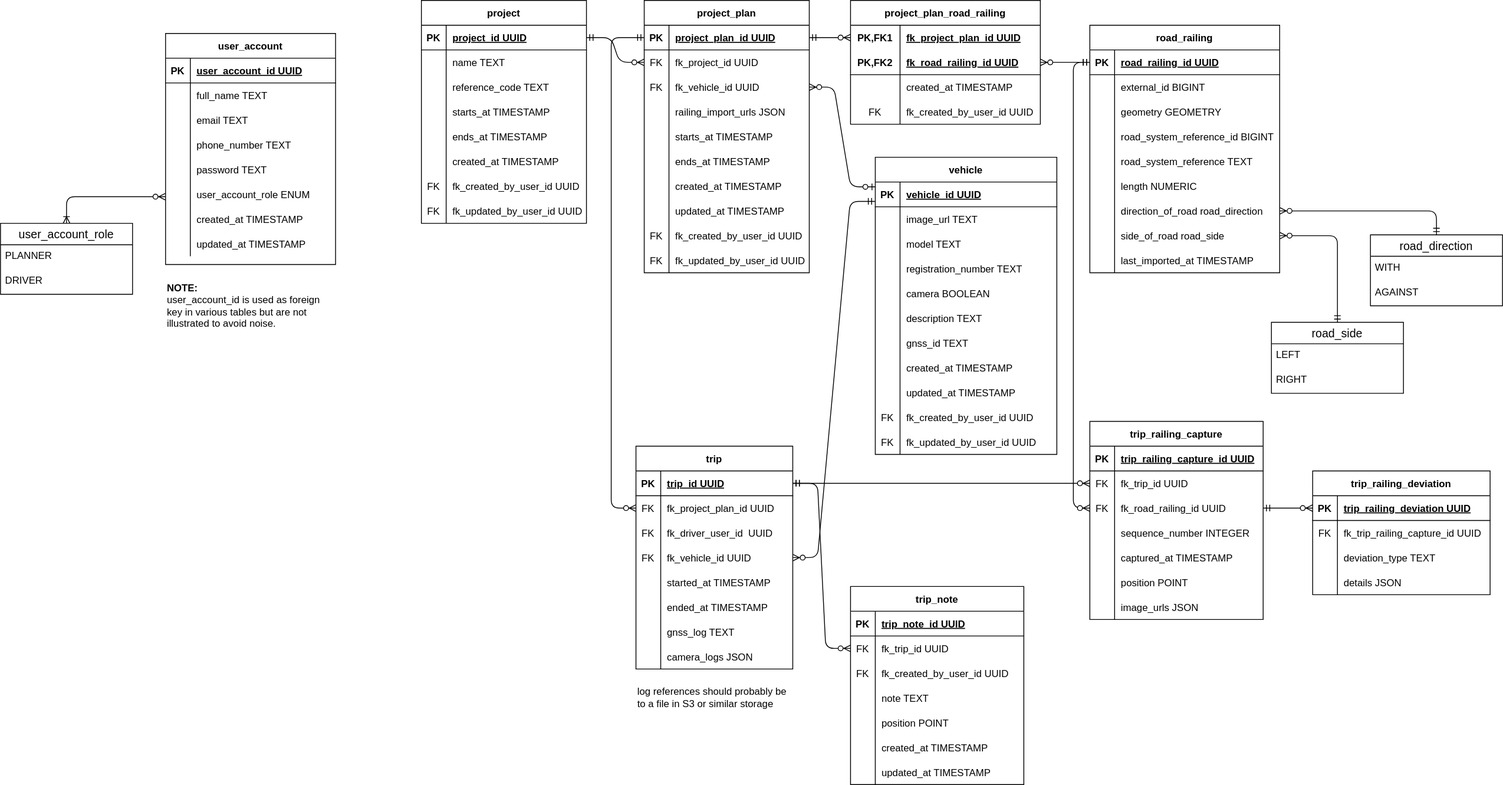
Earlier version of the draw.io export docs/diagrams/erdiagram.drawio.svg (triosnok/isi-planning-tool). Source tidied: cells renumbered, new cells last; positions are measured from the earlier drawing's top-left corner, leaving out a move shared by most shapes.
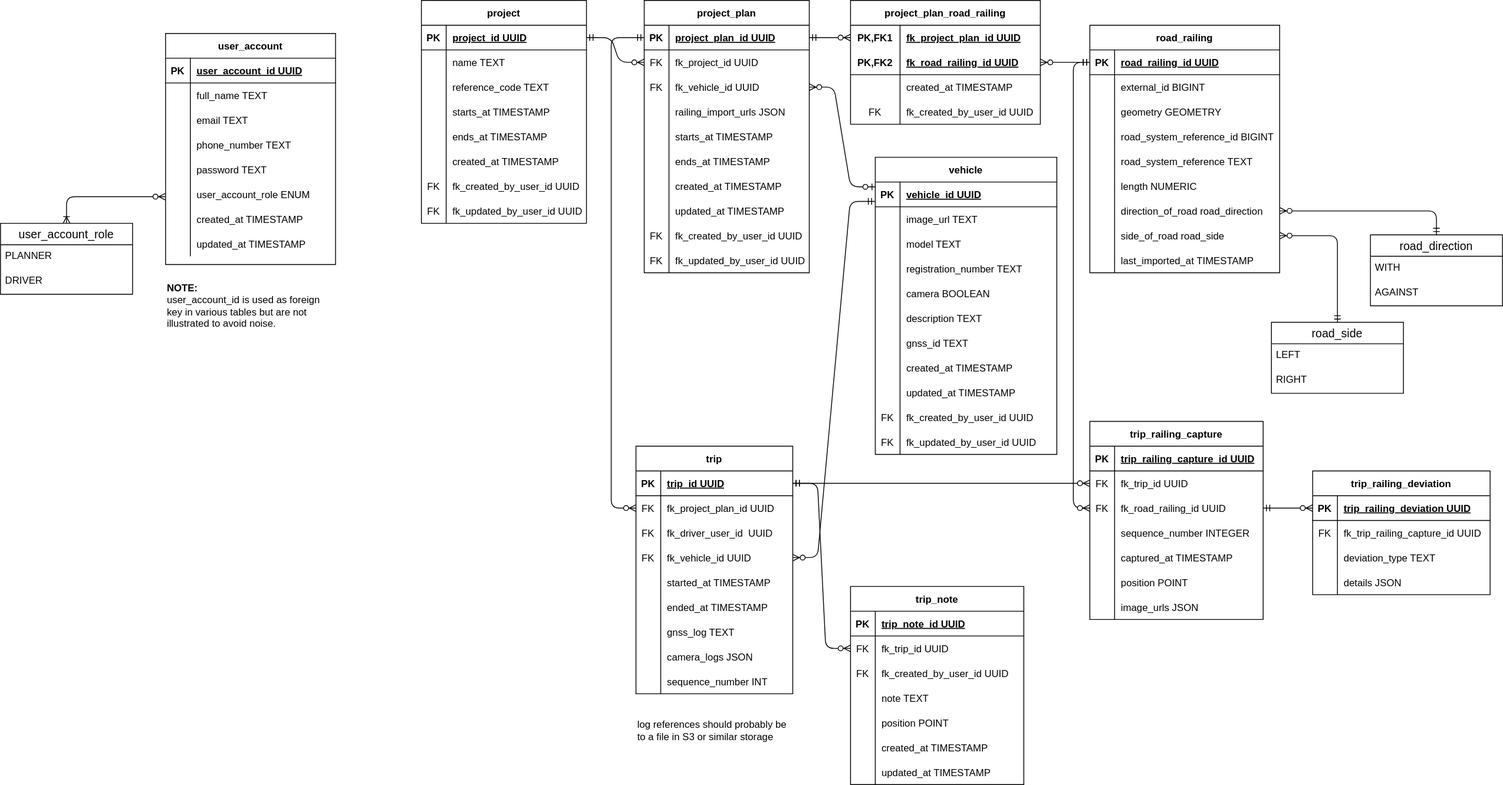
After the commit.

Commit message:
feat: add sequence number to trip

The edit, as a diff of the source:
```diff
@@ -524,7 +524,7 @@
       <mxGeometry relative="1" as="geometry" />
     </mxCell>
     <mxCell id="174" value="trip" style="shape=table;startSize=30;rowLines=0;fontStyle=1;align=center;" parent="1" vertex="1">
-      <mxGeometry x="770" y="540" width="190" height="270" as="geometry" />
+      <mxGeometry x="770" y="540" width="190" height="300" as="geometry" />
     </mxCell>
     <mxCell id="175" style="shape=tableRow;horizontal=0;startSize=0;swimlaneHead=0;swimlaneBody=0;fillColor=none;points=[[0,0.5],[1,0.5]];portConstraint=eastwest;top=0;left=0;right=0;bottom=1;" parent="174" vertex="1">
       <mxGeometry y="30" width="190" height="30" as="geometry" />
@@ -598,6 +598,15 @@
     <mxCell id="198" value="camera_logs JSON" style="shape=partialRectangle;fillColor=none;top=0;left=0;bottom=0;right=0;align=left;spacingLeft=6;overflow=hidden;" parent="196" vertex="1">
       <mxGeometry x="30" width="160" height="30" as="geometry" />
     </mxCell>
+    <mxCell id="264" style="shape=tableRow;horizontal=0;startSize=0;swimlaneHead=0;swimlaneBody=0;fillColor=none;top=0;left=0;right=0;bottom=0;" parent="174" vertex="1">
+      <mxGeometry y="270" width="190" height="30" as="geometry" />
+    </mxCell>
+    <mxCell id="265" style="shape=partialRectangle;fillColor=none;top=0;left=0;bottom=0;right=0;overflow=hidden;" parent="264" vertex="1">
+      <mxGeometry width="30" height="30" as="geometry" />
+    </mxCell>
+    <mxCell id="266" value="sequence_number INT" style="shape=partialRectangle;fillColor=none;top=0;left=0;bottom=0;right=0;align=left;spacingLeft=6;overflow=hidden;" parent="264" vertex="1">
+      <mxGeometry x="30" width="160" height="30" as="geometry" />
+    </mxCell>
     <mxCell id="199" value="trip_note" style="shape=table;startSize=30;rowLines=0;fontStyle=1;align=center;" parent="1" vertex="1">
       <mxGeometry x="1030" y="710" width="210" height="240" as="geometry" />
     </mxCell>
@@ -770,7 +779,7 @@
       <mxGeometry x="30" width="185" height="30" as="geometry" />
     </mxCell>
     <mxCell id="256" value="log references should probably be to a file in S3 or similar storage" style="text;html=1;strokeColor=none;fillColor=none;align=left;verticalAlign=middle;whiteSpace=wrap;rounded=0;" parent="1" vertex="1">
-      <mxGeometry x="770" y="820" width="190" height="50" as="geometry" />
+      <mxGeometry x="770" y="860" width="190" height="50" as="geometry" />
     </mxCell>
     <mxCell id="257" style="edgeStyle=entityRelationEdgeStyle;fontSize=12;html=1;endArrow=ERzeroToMany;startArrow=ERmandOne;exitX=1;exitY=0.5;exitDx=0;exitDy=0;entryX=0;entryY=0.5;entryDx=0;entryDy=0;" parent="1" edge="1" source="175" target="203">
       <mxGeometry relative="1" as="geometry" />
```
